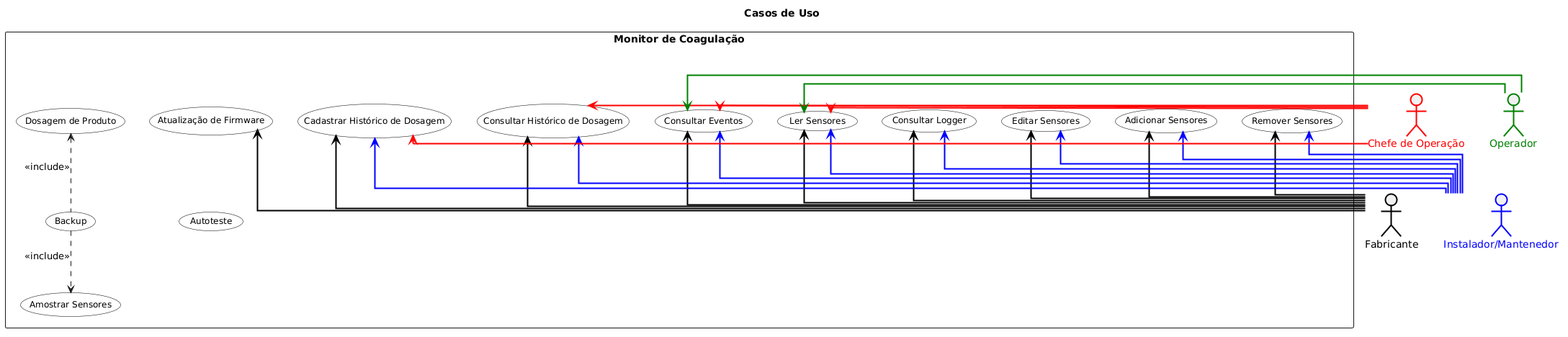
The PlantUML diagram Documentação Monitor/Caso de uso.png in Monique-HidroSolo/plantuml, before a commit. The source it was exported from:
```plantuml
@startuml
top to bottom direction
skinparam linetype ortho

actor "Fabricante" as F #line:black;line.bold;text:black
actor "Instalador/Mantenedor" as M #line:blue;line.bold;text:blue
actor "Operador" as O #line:green;line.bold;text:green
actor "Chefe de Operação" as CFO #line:red;line.bold;text:red

title Casos de Uso

skinparam usecase {
  BackgroundColor #F9F9F9
  BorderColor black
  FontSize 12
}

rectangle "Monitor de Coagulação\n\n\n\n"  {
  usecase "Cadastrar Histórico de Dosagem" as CHD
  usecase "Consultar Histórico de Dosagem" as CoHD
  usecase "Remover Sensores" as RS
  usecase "Adicionar Sensores" as ADS
  usecase "Editar Sensores" as ES
  usecase "Consultar Logger" as CL
  usecase "Consultar Eventos" as CE
  usecase "Ler Sensores" as LS
  usecase "Amostrar Sensores" as AS
  usecase "Dosagem de Produto" as DP
  usecase "Backup" as B
  usecase "Autoteste" as AT
  usecase "Atualização de Firmware" as AF
}

!define F_LINK(x) F -up-> x #line:black;line.bold;text:black
!define M_LINK(x) M -up-> x #line:blue;line.bold;text:blue
!define O_LINK(x) O -left-> x #line:green;line.bold;text:green
!define CFO_LINK(x) CFO -left-> x #line:red;line.bold;text:red

!define INCLUDE_LINK(x,y,z) x .z.> y : <<include>>

F_LINK(CHD)
F_LINK(CoHD)
F_LINK(RS)
F_LINK(ADS)
F_LINK(ES)
F_LINK(AF)
F_LINK(CL)
F_LINK(CE)
F_LINK(LS)

M_LINK(CoHD)
M_LINK(CHD)
M_LINK(RS)
M_LINK(ADS)
M_LINK(ES)
M_LINK(CL)
M_LINK(CE)
M_LINK(LS)

CFO_LINK(CHD)
CFO_LINK(CoHD)
CFO_LINK(CE)
CFO_LINK(LS)

O_LINK(CE)
O_LINK(LS)

INCLUDE_LINK(B,AS,down)
INCLUDE_LINK(B,DP,up)

AT -[hidden]up-> AF
@enduml
```
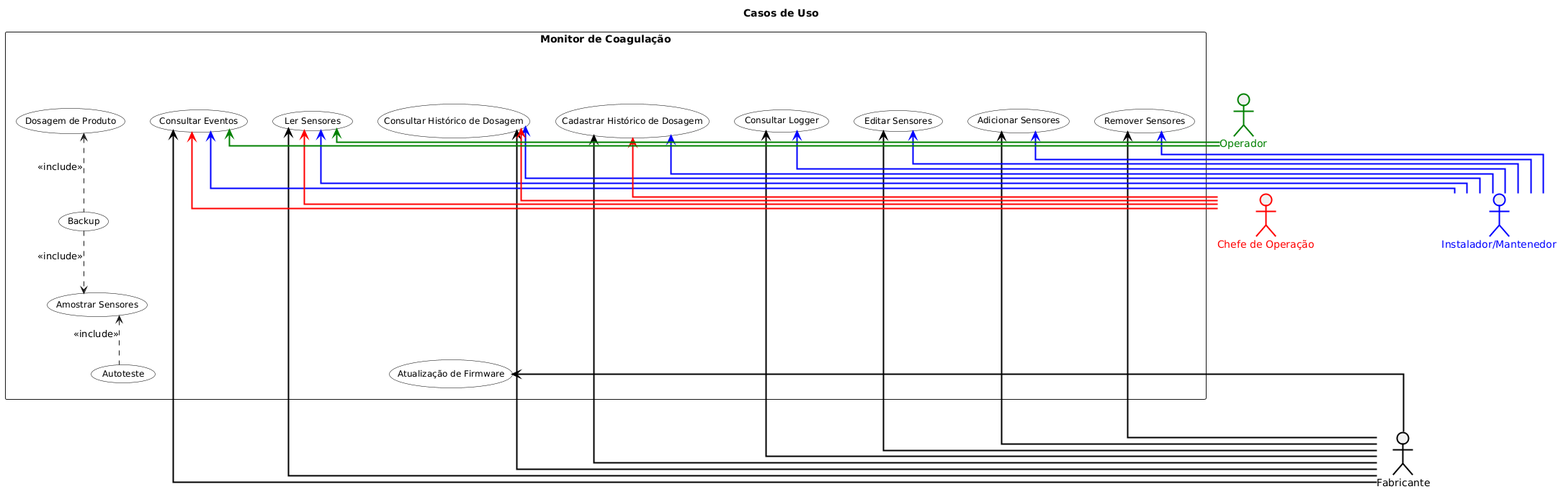
Above is the later version.

Commit message:
Inclusão de autoteste

Diff of the diagram source:
```diff
@@ -34,7 +34,7 @@
 !define F_LINK(x) F -up-> x #line:black;line.bold;text:black
 !define M_LINK(x) M -up-> x #line:blue;line.bold;text:blue
 !define O_LINK(x) O -left-> x #line:green;line.bold;text:green
-!define CFO_LINK(x) CFO -left-> x #line:red;line.bold;text:red
+!define CFO_LINK(x) CFO -up-> x #line:red;line.bold;text:red
 
 !define INCLUDE_LINK(x,y,z) x .z.> y : <<include>>
 
@@ -67,6 +67,7 @@
 
 INCLUDE_LINK(B,AS,down)
 INCLUDE_LINK(B,DP,up)
+INCLUDE_LINK(AT, AS, up)
 
-AT -[hidden]up-> AF
+AT -[hidden]right-> AF
 @enduml
```
